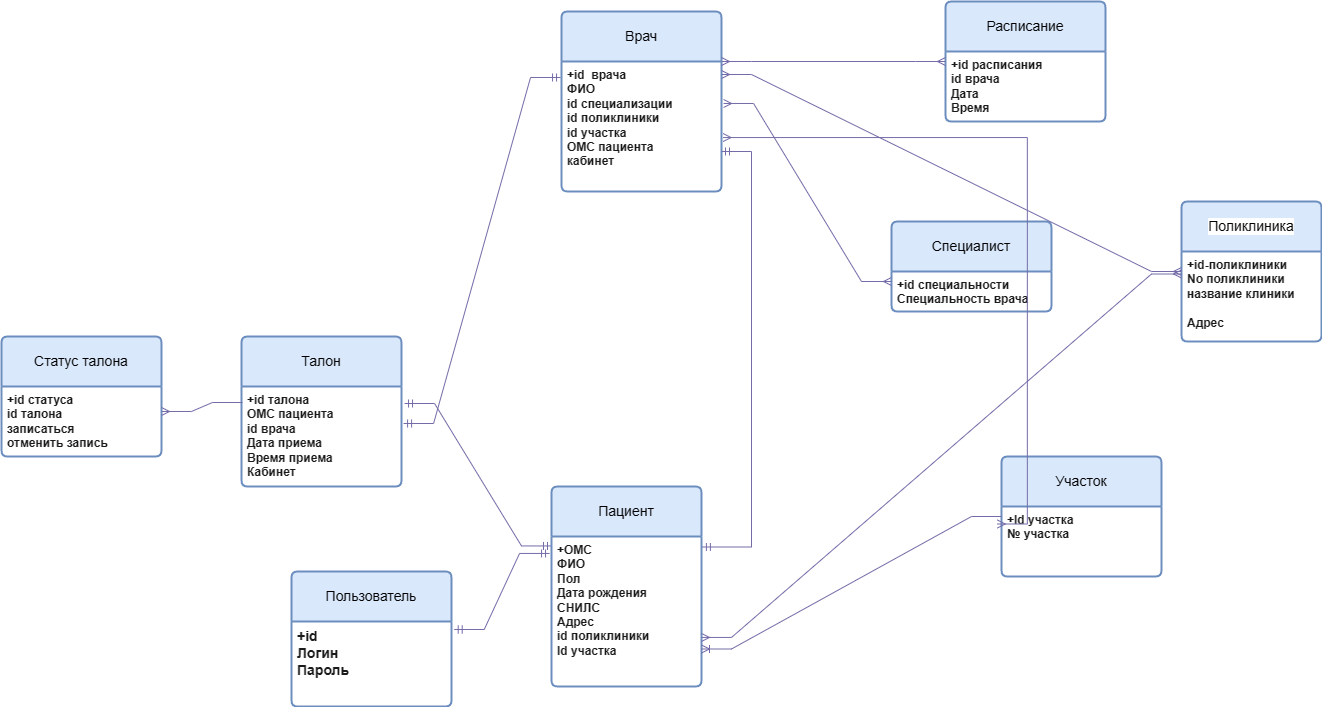
Before: src/lesson6/ER-диаграмма.png, a diagram exported from draw.io (Inna7777/SoftWare_Architecture). Source tidied: cells renumbered, new cells last; positions are measured from the earlier drawing's top-left corner, leaving out a move shared by most shapes. Its diagram source:
```xml
<mxGraphModel background="#FFFFFF">
  <root>
    <mxCell id="0" />
    <mxCell id="1" parent="0" />
    <mxCell id="2" style="edgeStyle=entityRelationEdgeStyle;fontSize=12;html=1;endArrow=ERmandOne;startArrow=ERmandOne;rounded=0;strokeColor=#736CA8;fontColor=default;exitX=1.019;exitY=0.17;exitDx=0;exitDy=0;exitPerimeter=0;entryX=0;entryY=0.063;entryDx=0;entryDy=0;entryPerimeter=0;labelBackgroundColor=none;" parent="1" edge="1" source="18" target="6">
      <mxGeometry relative="1" as="geometry">
        <Array as="points">
          <mxPoint x="690" y="402.5" />
          <mxPoint x="710" y="542.5" />
        </Array>
      </mxGeometry>
    </mxCell>
    <mxCell id="3" value="Пользователь" style="swimlane;horizontal=1;startSize=50;rounded=1;fontSize=14;fontStyle=0;strokeWidth=2;shadow=0;dashed=0;align=center;arcSize=4;whiteSpace=wrap;html=1;strokeColor=#6c8ebf;fillColor=#dae8fc;labelBackgroundColor=none;" parent="1" vertex="1">
      <mxGeometry x="290" y="570" width="160" height="135" as="geometry" />
    </mxCell>
    <mxCell id="4" value="&lt;font style=&quot;font-size: 14px;&quot;&gt;&lt;b&gt;+id&lt;br&gt;Логин&lt;br&gt;Пароль&lt;/b&gt;&lt;br&gt;&lt;/font&gt;" style="align=left;strokeColor=none;fillColor=none;spacingLeft=4;fontSize=12;verticalAlign=top;html=1;fontColor=#1A1A1A;labelBackgroundColor=none;" parent="3" vertex="1">
      <mxGeometry y="50" width="160" height="85" as="geometry" />
    </mxCell>
    <mxCell id="5" value="Пациент" style="swimlane;horizontal=1;startSize=50;rounded=1;fontSize=14;fontStyle=0;strokeWidth=2;shadow=0;dashed=0;align=center;arcSize=4;whiteSpace=wrap;html=1;labelBackgroundColor=none;fillColor=#dae8fc;strokeColor=#6c8ebf;" parent="1" vertex="1">
      <mxGeometry x="550" y="485" width="150" height="200" as="geometry" />
    </mxCell>
    <mxCell id="6" value="&lt;b&gt;+ОМС&lt;br&gt;ФИО&lt;br&gt;Пол&lt;br&gt;Дата рождения&lt;br&gt;СНИЛС&lt;br&gt;Адрес&lt;br&gt;id поликлиники&lt;br&gt;Id участка&lt;br&gt;&lt;br&gt;&lt;/b&gt;" style="align=left;strokeColor=none;fillColor=none;spacingLeft=4;fontSize=12;verticalAlign=top;html=1;fontColor=#1A1A1A;labelBackgroundColor=none;" parent="5" vertex="1">
      <mxGeometry y="50" width="150" height="150" as="geometry" />
    </mxCell>
    <mxCell id="7" value="Поликлиника" style="swimlane;horizontal=1;startSize=50;rounded=1;fontSize=14;fontStyle=0;strokeWidth=2;shadow=0;dashed=0;align=center;arcSize=4;whiteSpace=wrap;html=1;strokeColor=#6c8ebf;fillColor=#dae8fc;labelBackgroundColor=#FFFFFF;gradientColor=none;" parent="1" vertex="1">
      <mxGeometry x="1180" y="200" width="140" height="140" as="geometry" />
    </mxCell>
    <mxCell id="8" value="&lt;b&gt;+id-поликлиники&lt;br&gt;No поликлиники &lt;br&gt;название клиники&lt;br&gt;&lt;br&gt;Адрес&lt;/b&gt;" style="align=left;strokeColor=none;fillColor=none;spacingLeft=4;fontSize=12;verticalAlign=top;html=1;fontColor=#1A1A1A;labelBackgroundColor=none;" parent="7" vertex="1">
      <mxGeometry y="50" width="140" height="90" as="geometry" />
    </mxCell>
    <mxCell id="9" value="Участок" style="swimlane;horizontal=1;startSize=50;rounded=1;fontSize=14;fontStyle=0;strokeWidth=2;shadow=0;dashed=0;align=center;arcSize=4;whiteSpace=wrap;html=1;strokeColor=#6c8ebf;fillColor=#dae8fc;labelBackgroundColor=none;" parent="1" vertex="1">
      <mxGeometry x="1000" y="455" width="160" height="120" as="geometry" />
    </mxCell>
    <mxCell id="10" value="&lt;b&gt;+Id участка&lt;br&gt;№ участка&lt;/b&gt;" style="align=left;strokeColor=none;fillColor=none;spacingLeft=4;fontSize=12;verticalAlign=top;html=1;fontColor=#1A1A1A;labelBackgroundColor=none;" parent="9" vertex="1">
      <mxGeometry y="50" width="160" height="70" as="geometry" />
    </mxCell>
    <mxCell id="11" value="Специалист" style="swimlane;horizontal=1;startSize=50;rounded=1;fontSize=14;fontStyle=0;strokeWidth=2;shadow=0;dashed=0;align=center;arcSize=4;whiteSpace=wrap;html=1;strokeColor=#6c8ebf;fillColor=#dae8fc;labelBackgroundColor=none;" parent="1" vertex="1">
      <mxGeometry x="890" y="220" width="160" height="90" as="geometry" />
    </mxCell>
    <mxCell id="12" value="&lt;b&gt;+id специальности&lt;br&gt;Специальность врача&lt;/b&gt;" style="align=left;strokeColor=none;fillColor=none;spacingLeft=4;fontSize=12;verticalAlign=top;html=1;fontColor=#1A1A1A;labelBackgroundColor=none;" parent="11" vertex="1">
      <mxGeometry y="50" width="160" height="40" as="geometry" />
    </mxCell>
    <mxCell id="13" value="Расписание" style="swimlane;horizontal=1;startSize=50;rounded=1;fontSize=14;fontStyle=0;strokeWidth=2;shadow=0;dashed=0;align=center;arcSize=4;whiteSpace=wrap;html=1;strokeColor=#6c8ebf;fillColor=#dae8fc;labelBackgroundColor=none;" parent="1" vertex="1">
      <mxGeometry x="944" width="160" height="120" as="geometry" />
    </mxCell>
    <mxCell id="14" value="&lt;b&gt;+id расписания&lt;br&gt;id врача&lt;br&gt;Дата&lt;br&gt;Время&lt;/b&gt;" style="align=left;strokeColor=none;fillColor=none;spacingLeft=4;fontSize=12;verticalAlign=top;html=1;fontColor=#1A1A1A;labelBackgroundColor=none;" parent="13" vertex="1">
      <mxGeometry y="50" width="160" height="70" as="geometry" />
    </mxCell>
    <mxCell id="15" value="Врач" style="swimlane;horizontal=1;startSize=50;rounded=1;fontSize=14;fontStyle=0;strokeWidth=2;shadow=0;dashed=0;align=center;arcSize=4;whiteSpace=wrap;html=1;strokeColor=#6c8ebf;fillColor=#dae8fc;labelBackgroundColor=none;" parent="1" vertex="1">
      <mxGeometry x="560" y="10" width="160" height="180" as="geometry" />
    </mxCell>
    <mxCell id="16" value="&lt;b&gt;+id&amp;nbsp; врача&lt;br&gt;ФИО&lt;br&gt;id специализации&lt;br&gt;id поликлиники&lt;br&gt;id участка&lt;br&gt;OMC пациента&lt;br&gt;кабинет&lt;/b&gt;" style="align=left;strokeColor=none;fillColor=none;spacingLeft=4;fontSize=12;verticalAlign=top;html=1;fontColor=#1A1A1A;labelBackgroundColor=none;" parent="15" vertex="1">
      <mxGeometry y="50" width="160" height="130" as="geometry" />
    </mxCell>
    <mxCell id="17" value="Талон" style="swimlane;horizontal=1;startSize=50;rounded=1;fontSize=14;fontStyle=0;strokeWidth=2;shadow=0;dashed=0;align=center;arcSize=4;whiteSpace=wrap;html=1;strokeColor=#6c8ebf;fillColor=#dae8fc;labelBackgroundColor=none;" parent="1" vertex="1">
      <mxGeometry x="240" y="335" width="160" height="150" as="geometry" />
    </mxCell>
    <mxCell id="18" value="&lt;b&gt;+id талона&lt;br&gt;OMC пациента&lt;br&gt;id врача&lt;br&gt;Дата приема&lt;br&gt;Время приема&lt;br&gt;Кабинет&lt;/b&gt;" style="align=left;strokeColor=none;fillColor=none;spacingLeft=4;fontSize=12;verticalAlign=top;html=1;fontColor=#1A1A1A;labelBackgroundColor=none;" parent="17" vertex="1">
      <mxGeometry y="50" width="160" height="100" as="geometry" />
    </mxCell>
    <mxCell id="19" value="Статус талона" style="swimlane;horizontal=1;startSize=50;rounded=1;fontSize=14;fontStyle=0;strokeWidth=2;shadow=0;dashed=0;align=center;arcSize=4;whiteSpace=wrap;html=1;strokeColor=#6c8ebf;fillColor=#dae8fc;labelBackgroundColor=none;" parent="1" vertex="1">
      <mxGeometry y="335" width="160" height="120" as="geometry" />
    </mxCell>
    <mxCell id="20" value="&lt;b&gt;+id статуса&lt;br&gt;id талона&lt;br&gt;записаться&lt;br&gt;отменить запись&lt;/b&gt;" style="align=left;strokeColor=none;fillColor=none;spacingLeft=4;fontSize=12;verticalAlign=top;html=1;fontColor=#1A1A1A;labelBackgroundColor=none;" parent="19" vertex="1">
      <mxGeometry y="50" width="160" height="70" as="geometry" />
    </mxCell>
    <mxCell id="21" style="edgeStyle=entityRelationEdgeStyle;fontSize=12;html=1;endArrow=ERmandOne;startArrow=ERmandOne;rounded=0;strokeColor=#736CA8;fontColor=default;entryX=-0.013;entryY=0.113;entryDx=0;entryDy=0;entryPerimeter=0;exitX=1.017;exitY=0.094;exitDx=0;exitDy=0;exitPerimeter=0;labelBackgroundColor=none;" parent="1" edge="1" source="4" target="6">
      <mxGeometry relative="1" as="geometry">
        <Array as="points">
          <mxPoint x="537" y="715" />
          <mxPoint x="517" y="715" />
        </Array>
      </mxGeometry>
    </mxCell>
    <mxCell id="22" style="edgeStyle=entityRelationEdgeStyle;fontSize=12;html=1;endArrow=ERmany;rounded=0;strokeColor=#736CA8;fontColor=default;exitX=0.006;exitY=0.16;exitDx=0;exitDy=0;exitPerimeter=0;entryX=1;entryY=0.357;entryDx=0;entryDy=0;entryPerimeter=0;labelBackgroundColor=none;" parent="1" edge="1" source="18" target="20">
      <mxGeometry relative="1" as="geometry">
        <Array as="points">
          <mxPoint x="510" y="480" />
          <mxPoint x="510" y="330" />
        </Array>
      </mxGeometry>
    </mxCell>
    <mxCell id="23" style="edgeStyle=entityRelationEdgeStyle;fontSize=12;html=1;endArrow=ERoneToMany;rounded=0;strokeColor=#736CA8;fontColor=default;entryX=1;entryY=0.75;entryDx=0;entryDy=0;exitX=0;exitY=0.5;exitDx=0;exitDy=0;labelBackgroundColor=none;" parent="1" edge="1" source="9" target="6">
      <mxGeometry relative="1" as="geometry">
        <Array as="points">
          <mxPoint x="940" y="460" />
          <mxPoint x="940" y="470" />
          <mxPoint x="930" y="460" />
          <mxPoint x="940" y="470" />
          <mxPoint x="920" y="530" />
          <mxPoint x="890" y="510" />
          <mxPoint x="930" y="530" />
          <mxPoint x="920" y="520" />
          <mxPoint x="930" y="510" />
          <mxPoint x="920" y="520" />
        </Array>
      </mxGeometry>
    </mxCell>
    <mxCell id="24" style="edgeStyle=entityRelationEdgeStyle;fontSize=12;html=1;endArrow=ERmany;startArrow=ERmany;rounded=0;strokeColor=#736CA8;fontColor=default;entryX=0;entryY=0.25;entryDx=0;entryDy=0;exitX=1;exitY=0.673;exitDx=0;exitDy=0;exitPerimeter=0;labelBackgroundColor=none;" parent="1" edge="1" source="6" target="8">
      <mxGeometry relative="1" as="geometry" />
    </mxCell>
    <mxCell id="25" style="edgeStyle=entityRelationEdgeStyle;fontSize=12;html=1;endArrow=ERmany;startArrow=ERmany;rounded=0;strokeColor=#736CA8;fontColor=default;entryX=1;entryY=0.1;entryDx=0;entryDy=0;entryPerimeter=0;exitX=0;exitY=0.5;exitDx=0;exitDy=0;labelBackgroundColor=none;" parent="1" edge="1" source="7" target="16">
      <mxGeometry relative="1" as="geometry" />
    </mxCell>
    <mxCell id="26" style="edgeStyle=entityRelationEdgeStyle;fontSize=12;html=1;endArrow=ERmany;startArrow=ERmany;rounded=0;strokeColor=#736CA8;fontColor=default;entryX=0;entryY=0.25;entryDx=0;entryDy=0;exitX=1.013;exitY=0.323;exitDx=0;exitDy=0;exitPerimeter=0;labelBackgroundColor=none;" parent="1" edge="1" source="16" target="12">
      <mxGeometry relative="1" as="geometry">
        <Array as="points">
          <mxPoint x="920" y="190" />
        </Array>
      </mxGeometry>
    </mxCell>
    <mxCell id="27" style="edgeStyle=entityRelationEdgeStyle;fontSize=12;html=1;endArrow=ERmany;startArrow=ERmany;rounded=0;strokeColor=#736CA8;fontColor=default;entryX=0;entryY=0.5;entryDx=0;entryDy=0;exitX=1;exitY=0;exitDx=0;exitDy=0;labelBackgroundColor=none;" parent="1" edge="1" source="16" target="13">
      <mxGeometry relative="1" as="geometry">
        <Array as="points">
          <mxPoint x="720" y="80" />
        </Array>
      </mxGeometry>
    </mxCell>
    <mxCell id="28" style="edgeStyle=entityRelationEdgeStyle;fontSize=12;html=1;endArrow=ERmandOne;startArrow=ERmandOne;rounded=0;strokeColor=#736CA8;fontColor=default;entryX=-0.006;entryY=0.123;entryDx=0;entryDy=0;entryPerimeter=0;exitX=1.013;exitY=0.37;exitDx=0;exitDy=0;exitPerimeter=0;labelBackgroundColor=none;" parent="1" edge="1" source="18" target="16">
      <mxGeometry relative="1" as="geometry" />
    </mxCell>
    <mxCell id="29" style="edgeStyle=entityRelationEdgeStyle;fontSize=12;html=1;endArrow=ERmandOne;startArrow=ERmandOne;rounded=0;strokeColor=#736CA8;fontColor=default;entryX=1.006;entryY=0.07;entryDx=0;entryDy=0;entryPerimeter=0;labelBackgroundColor=none;" parent="1" edge="1" target="6">
      <mxGeometry relative="1" as="geometry">
        <mxPoint x="720" y="150" as="sourcePoint" />
        <Array as="points">
          <mxPoint x="940" y="501.2" />
          <mxPoint x="950" y="481.2" />
          <mxPoint x="940" y="380" />
          <mxPoint x="950" y="480" />
        </Array>
      </mxGeometry>
    </mxCell>
    <mxCell id="30" style="edgeStyle=entityRelationEdgeStyle;fontSize=12;html=1;endArrow=ERmany;startArrow=ERmany;rounded=0;strokeColor=#736CA8;fontColor=default;entryX=1.01;entryY=0.585;entryDx=0;entryDy=0;entryPerimeter=0;exitX=0;exitY=0.25;exitDx=0;exitDy=0;labelBackgroundColor=none;" parent="1" edge="1" target="16">
      <mxGeometry relative="1" as="geometry">
        <mxPoint x="995.8" y="522.5" as="sourcePoint" />
        <Array as="points">
          <mxPoint x="855.8" y="400" />
        </Array>
      </mxGeometry>
    </mxCell>
  </root>
</mxGraphModel>
```
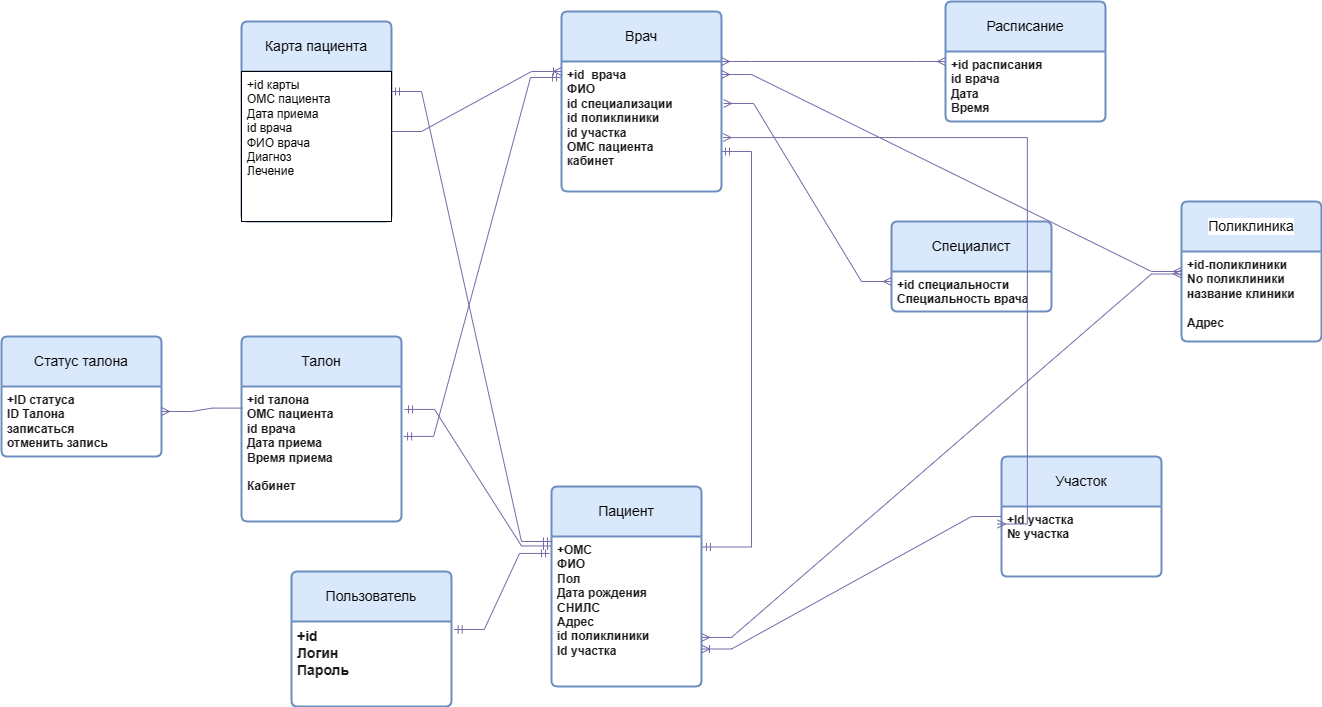
The same file after the commit.

The edit, as a diff of the source:
```diff
@@ -53,15 +53,15 @@
       <mxGeometry y="50" width="160" height="130" as="geometry" />
     </mxCell>
     <mxCell id="17" value="Талон" style="swimlane;horizontal=1;startSize=50;rounded=1;fontSize=14;fontStyle=0;strokeWidth=2;shadow=0;dashed=0;align=center;arcSize=4;whiteSpace=wrap;html=1;strokeColor=#6c8ebf;fillColor=#dae8fc;labelBackgroundColor=none;" parent="1" vertex="1">
-      <mxGeometry x="240" y="335" width="160" height="150" as="geometry" />
+      <mxGeometry x="240" y="335" width="160" height="185" as="geometry" />
     </mxCell>
-    <mxCell id="18" value="&lt;b&gt;+id талона&lt;br&gt;OMC пациента&lt;br&gt;id врача&lt;br&gt;Дата приема&lt;br&gt;Время приема&lt;br&gt;Кабинет&lt;/b&gt;" style="align=left;strokeColor=none;fillColor=none;spacingLeft=4;fontSize=12;verticalAlign=top;html=1;fontColor=#1A1A1A;labelBackgroundColor=none;" parent="17" vertex="1">
-      <mxGeometry y="50" width="160" height="100" as="geometry" />
+    <mxCell id="18" value="&lt;b&gt;+id талона&lt;br&gt;OMC пациента&lt;br&gt;id врача&lt;br&gt;Дата приема &lt;br&gt;Время приема&lt;br&gt;&lt;br&gt;Кабинет&lt;/b&gt;" style="align=left;strokeColor=none;fillColor=none;spacingLeft=4;fontSize=12;verticalAlign=top;html=1;fontColor=#1A1A1A;labelBackgroundColor=none;" parent="17" vertex="1">
+      <mxGeometry y="50" width="160" height="135" as="geometry" />
     </mxCell>
     <mxCell id="19" value="Статус талона" style="swimlane;horizontal=1;startSize=50;rounded=1;fontSize=14;fontStyle=0;strokeWidth=2;shadow=0;dashed=0;align=center;arcSize=4;whiteSpace=wrap;html=1;strokeColor=#6c8ebf;fillColor=#dae8fc;labelBackgroundColor=none;" parent="1" vertex="1">
       <mxGeometry y="335" width="160" height="120" as="geometry" />
     </mxCell>
-    <mxCell id="20" value="&lt;b&gt;+id статуса&lt;br&gt;id талона&lt;br&gt;записаться&lt;br&gt;отменить запись&lt;/b&gt;" style="align=left;strokeColor=none;fillColor=none;spacingLeft=4;fontSize=12;verticalAlign=top;html=1;fontColor=#1A1A1A;labelBackgroundColor=none;" parent="19" vertex="1">
+    <mxCell id="20" value="&lt;b&gt;+ID статуса&lt;br&gt;ID Талона&lt;br&gt;записаться&lt;br&gt;отменить запись&lt;/b&gt;" style="align=left;strokeColor=none;fillColor=none;spacingLeft=4;fontSize=12;verticalAlign=top;html=1;fontColor=#1A1A1A;labelBackgroundColor=none;" parent="19" vertex="1">
       <mxGeometry y="50" width="160" height="70" as="geometry" />
     </mxCell>
     <mxCell id="21" style="edgeStyle=entityRelationEdgeStyle;fontSize=12;html=1;endArrow=ERmandOne;startArrow=ERmandOne;rounded=0;strokeColor=#736CA8;fontColor=default;entryX=-0.013;entryY=0.113;entryDx=0;entryDy=0;entryPerimeter=0;exitX=1.017;exitY=0.094;exitDx=0;exitDy=0;exitPerimeter=0;labelBackgroundColor=none;" parent="1" edge="1" source="4" target="6">
@@ -138,5 +138,26 @@
         </Array>
       </mxGeometry>
     </mxCell>
+    <mxCell id="31" value="Карта пациента" style="swimlane;horizontal=1;startSize=50;rounded=1;fontSize=14;fontStyle=0;strokeWidth=2;shadow=0;dashed=0;align=center;arcSize=4;whiteSpace=wrap;html=1;strokeColor=#6c8ebf;fillColor=#dae8fc;" parent="1" vertex="1">
+      <mxGeometry x="240" y="20" width="150" height="200" as="geometry" />
+    </mxCell>
+    <mxCell id="32" value="+id карты&lt;br&gt;&lt;font&gt;&lt;font&gt;&lt;font&gt;ОМС пациента&amp;nbsp;&lt;br&gt;&lt;/font&gt;&lt;font&gt;Дата приема&lt;br&gt;&lt;font&gt;id врача&lt;/font&gt;&lt;br&gt;&lt;/font&gt;&lt;font&gt;ФИО врача&lt;/font&gt;&lt;br&gt;&lt;/font&gt;&lt;font&gt;Диагноз&lt;br&gt;&lt;/font&gt;&lt;font&gt;Лечение&lt;/font&gt;&lt;br&gt;&lt;/font&gt;" style="align=left;spacingLeft=4;fontSize=12;verticalAlign=top;html=1;" parent="31" vertex="1">
+      <mxGeometry y="50" width="150" height="150" as="geometry" />
+    </mxCell>
+    <mxCell id="33" style="edgeStyle=entityRelationEdgeStyle;fontSize=12;html=1;endArrow=ERmandOne;startArrow=ERmandOne;rounded=0;strokeColor=#736CA8;fontColor=#1A1A1A;" parent="1" edge="1">
+      <mxGeometry relative="1" as="geometry">
+        <mxPoint x="390" y="90" as="sourcePoint" />
+        <mxPoint x="550" y="540" as="targetPoint" />
+      </mxGeometry>
+    </mxCell>
+    <mxCell id="34" style="edgeStyle=entityRelationEdgeStyle;fontSize=12;html=1;endArrow=ERoneToMany;rounded=0;strokeColor=#736CA8;fontColor=#1A1A1A;" parent="1" edge="1">
+      <mxGeometry relative="1" as="geometry">
+        <mxPoint x="390" y="130" as="sourcePoint" />
+        <mxPoint x="560" y="70" as="targetPoint" />
+        <Array as="points">
+          <mxPoint x="360" y="-220" />
+        </Array>
+      </mxGeometry>
+    </mxCell>
   </root>
 </mxGraphModel>
```
